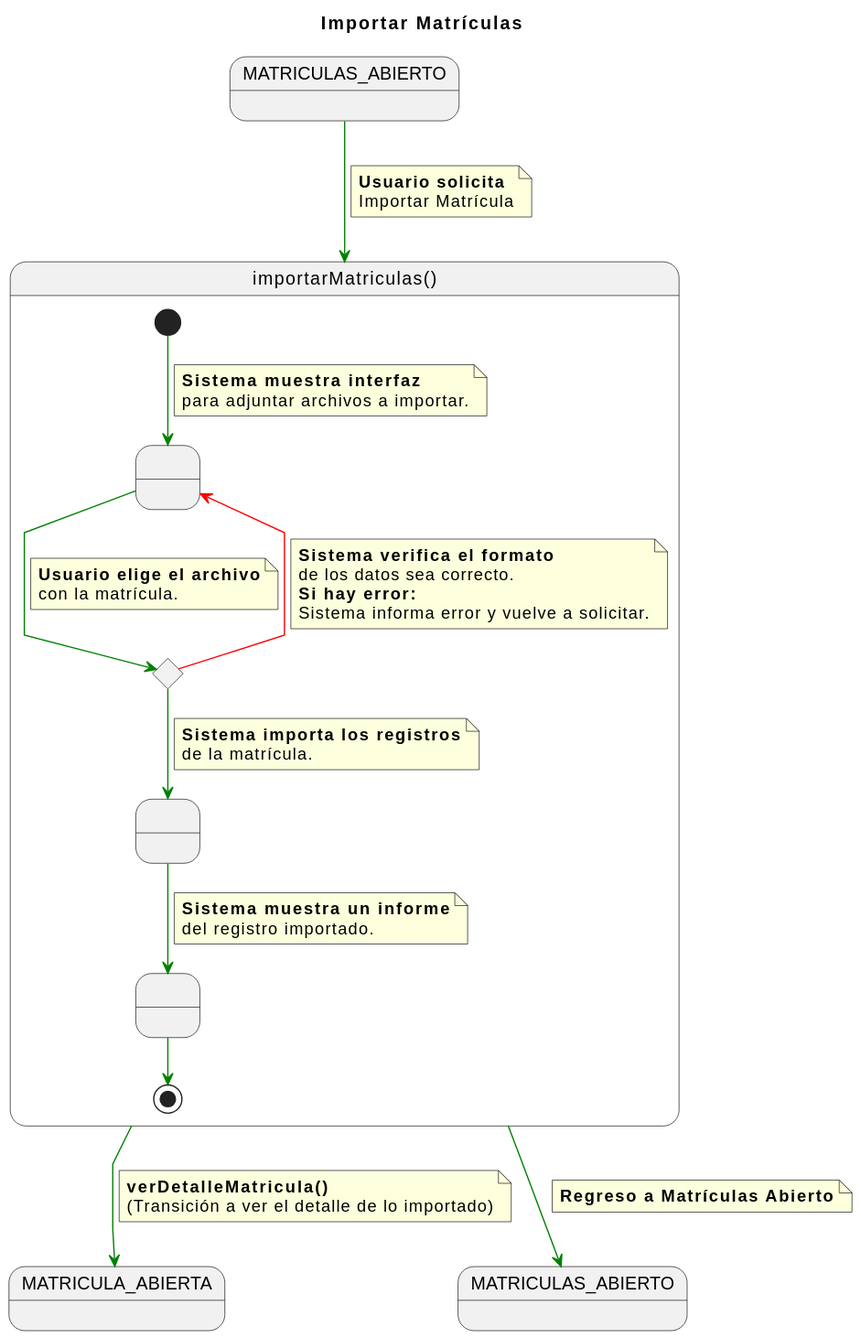
The PlantUML diagram documents/CasosDeUso/DetalladoCasosDeUso/Secretaria/importarMatriculas.svg in enmabry/25-26-IdSw1-SdR, before a commit.
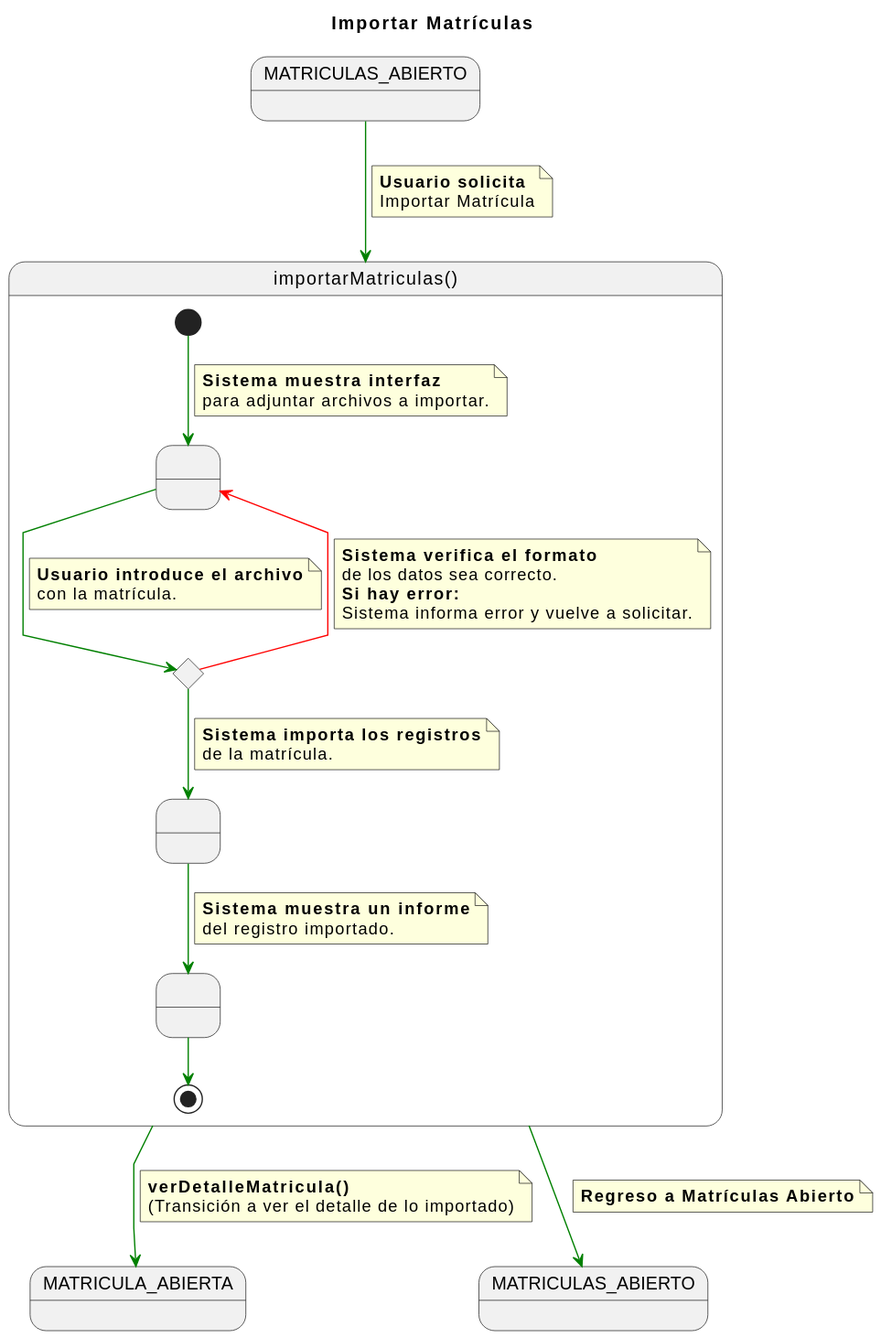
Above is the later version.

Change to the diagram source:
```diff
@@ -27,7 +27,7 @@
 
     SolicitudArchivo -[#green]-> ValidarFormato
     note on link
-        <b>Usuario elige el archivo</b>
+        <b>Usuario introduce el archivo</b>
         con la matrícula.
     end note
 
```
